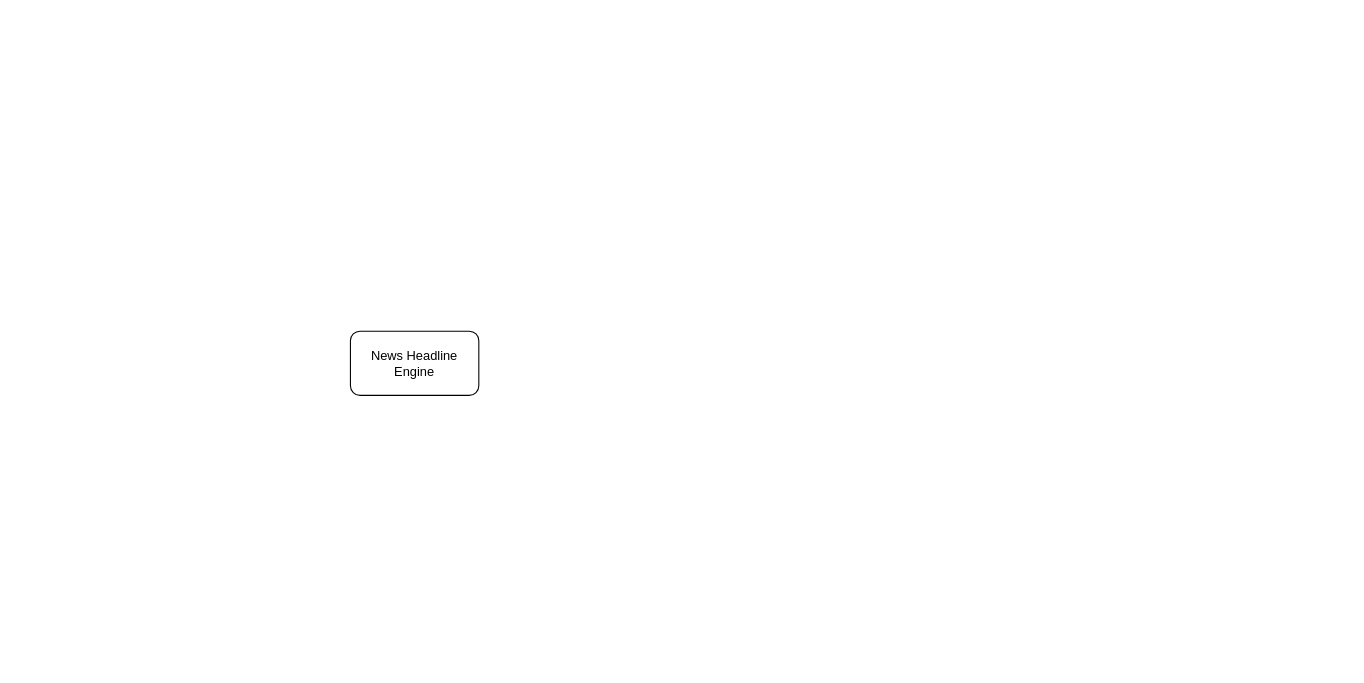
sunildivyam/world-news keeps this draw.io diagram as page "News Headline Engine" (2 of 5) of apps/web/helpers/diagrams/app-architecture.drawio. Above is the earlier version. Source tidied: cells renumbered, new cells numbered last; positions are measured from the earlier drawing's top-left corner, leaving out a move shared by most shapes. Both pictures are drawn from the tidied source at 107%, with x=0, y=0 at pixel (350, 331).
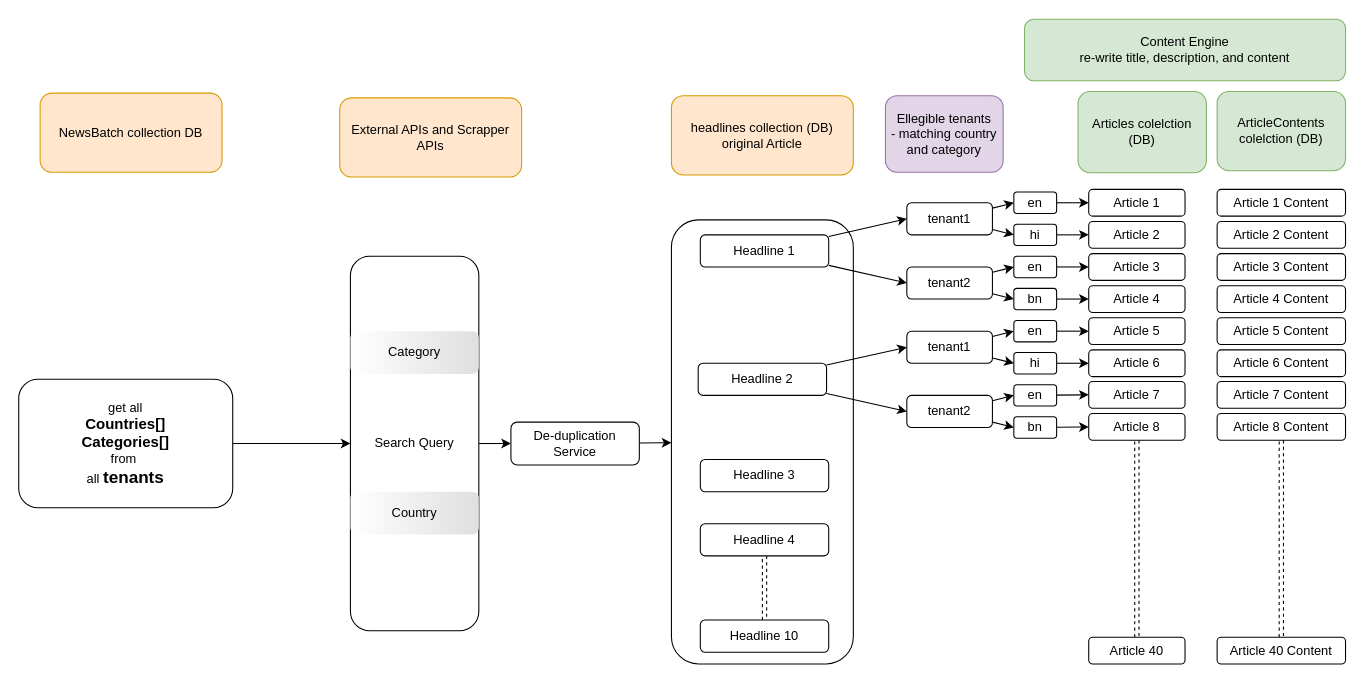
Above is the later version.

Diff of the diagram source:
```diff
@@
+    <mxCell id="3" style="edgeStyle=none;html=1;" parent="1" edge="1" source="4" target="7">
+      <mxGeometry relative="1" as="geometry" />
+    </mxCell>
+    <mxCell id="4" value="Search Query" style="rounded=1;whiteSpace=wrap;html=1;" parent="1" vertex="1">
+      <mxGeometry y="-70" width="120" height="350" as="geometry" />
+    </mxCell>
-    <mxCell id="2" value="News Headline Engine" style="rounded=1;whiteSpace=wrap;html=1;" parent="1" vertex="1">
-      <mxGeometry width="120" height="60" as="geometry" />
+    <mxCell id="2" value="Category" style="rounded=1;whiteSpace=wrap;html=1;strokeColor=none;gradientColor=#DFDFDF;fillColor=default;gradientDirection=east;" parent="1" vertex="1">
+      <mxGeometry width="120" height="40" as="geometry" />
     </mxCell>
+    <mxCell id="5" value="Country" style="rounded=1;whiteSpace=wrap;html=1;strokeColor=none;gradientColor=#DFDFDF;fillColor=default;gradientDirection=east;" parent="1" vertex="1">
+      <mxGeometry y="150" width="120" height="40" as="geometry" />
+    </mxCell>
+    <mxCell id="6" style="edgeStyle=none;html=1;" parent="1" edge="1" source="7" target="9">
+      <mxGeometry relative="1" as="geometry" />
+    </mxCell>
+    <mxCell id="7" value="De-duplication Service" style="whiteSpace=wrap;html=1;rounded=1;" parent="1" vertex="1">
+      <mxGeometry x="150" y="85" width="120" height="40" as="geometry" />
+    </mxCell>
+    <mxCell id="8" style="group;strokeColor=none;rounded=0;fillColor=none;" parent="1" vertex="1">
+      <mxGeometry x="300" y="-104" width="170" height="415" as="geometry" />
+    </mxCell>
+    <mxCell id="9" style="rounded=1;whiteSpace=wrap;html=1;" parent="8" vertex="1">
+      <mxGeometry width="170" height="415" as="geometry" />
+    </mxCell>
+    <mxCell id="10" value="Headline 1" style="whiteSpace=wrap;html=1;rounded=1;" parent="8" vertex="1">
+      <mxGeometry x="27" y="14" width="120" height="30" as="geometry" />
+    </mxCell>
+    <mxCell id="11" value="Headline 2" style="whiteSpace=wrap;html=1;rounded=1;" parent="8" vertex="1">
+      <mxGeometry x="25" y="134" width="120" height="30" as="geometry" />
+    </mxCell>
+    <mxCell id="12" value="Headline 3" style="whiteSpace=wrap;html=1;rounded=1;" parent="8" vertex="1">
+      <mxGeometry x="27" y="224" width="120" height="30" as="geometry" />
+    </mxCell>
+    <mxCell id="13" style="edgeStyle=none;html=1;dashed=1;shape=link;" parent="8" edge="1" source="14" target="15">
+      <mxGeometry relative="1" as="geometry" />
+    </mxCell>
+    <mxCell id="14" value="Headline 4" style="whiteSpace=wrap;html=1;rounded=1;" parent="8" vertex="1">
+      <mxGeometry x="27" y="284" width="120" height="30" as="geometry" />
+    </mxCell>
+    <mxCell id="15" value="Headline 10" style="whiteSpace=wrap;html=1;rounded=1;" parent="8" vertex="1">
+      <mxGeometry x="27" y="374" width="120" height="30" as="geometry" />
+    </mxCell>
+    <mxCell id="16" style="edgeStyle=none;html=1;entryX=0;entryY=0.5;entryDx=0;entryDy=0;" parent="1" edge="1" source="18" target="25">
+      <mxGeometry relative="1" as="geometry" />
+    </mxCell>
+    <mxCell id="17" style="edgeStyle=none;html=1;entryX=0;entryY=0.5;entryDx=0;entryDy=0;" parent="1" edge="1" source="18" target="27">
+      <mxGeometry relative="1" as="geometry" />
+    </mxCell>
+    <mxCell id="18" value="tenant1" style="rounded=1;whiteSpace=wrap;html=1;" parent="1" vertex="1">
+      <mxGeometry x="520" y="-120" width="80" height="30" as="geometry" />
+    </mxCell>
+    <mxCell id="19" style="edgeStyle=none;html=1;entryX=0;entryY=0.5;entryDx=0;entryDy=0;" parent="1" edge="1" source="21" target="29">
+      <mxGeometry relative="1" as="geometry" />
+    </mxCell>
+    <mxCell id="20" style="edgeStyle=none;html=1;entryX=0;entryY=0.5;entryDx=0;entryDy=0;" parent="1" edge="1" source="21" target="31">
+      <mxGeometry relative="1" as="geometry" />
+    </mxCell>
+    <mxCell id="21" value="tenant2" style="rounded=1;whiteSpace=wrap;html=1;" parent="1" vertex="1">
+      <mxGeometry x="520" y="-60" width="80" height="30" as="geometry" />
+    </mxCell>
+    <mxCell id="22" style="edgeStyle=none;html=1;entryX=0;entryY=0.5;entryDx=0;entryDy=0;" parent="1" edge="1" source="10" target="18">
+      <mxGeometry relative="1" as="geometry" />
+    </mxCell>
+    <mxCell id="23" style="edgeStyle=none;html=1;entryX=0;entryY=0.5;entryDx=0;entryDy=0;" parent="1" edge="1" source="10" target="21">
+      <mxGeometry relative="1" as="geometry" />
+    </mxCell>
+    <mxCell id="24" style="edgeStyle=none;html=1;entryX=0;entryY=0.5;entryDx=0;entryDy=0;" parent="1" edge="1" source="25" target="48">
+      <mxGeometry relative="1" as="geometry" />
+    </mxCell>
+    <mxCell id="25" value="en" style="rounded=1;whiteSpace=wrap;html=1;" parent="1" vertex="1">
+      <mxGeometry x="620" y="-130" width="40" height="20" as="geometry" />
+    </mxCell>
+    <mxCell id="26" style="edgeStyle=none;html=1;entryX=0;entryY=0.5;entryDx=0;entryDy=0;" parent="1" edge="1" source="27" target="49">
+      <mxGeometry relative="1" as="geometry" />
+    </mxCell>
+    <mxCell id="27" value="hi" style="rounded=1;whiteSpace=wrap;html=1;" parent="1" vertex="1">
+      <mxGeometry x="620" y="-100" width="40" height="20" as="geometry" />
+    </mxCell>
+    <mxCell id="28" style="edgeStyle=none;html=1;entryX=0;entryY=0.5;entryDx=0;entryDy=0;" parent="1" edge="1" source="29" target="50">
+      <mxGeometry relative="1" as="geometry" />
+    </mxCell>
+    <mxCell id="29" value="en" style="rounded=1;whiteSpace=wrap;html=1;" parent="1" vertex="1">
+      <mxGeometry x="620" y="-70" width="40" height="20" as="geometry" />
+    </mxCell>
+    <mxCell id="30" style="edgeStyle=none;html=1;" parent="1" edge="1" source="31" target="51">
+      <mxGeometry relative="1" as="geometry" />
+    </mxCell>
+    <mxCell id="31" value="bn" style="rounded=1;whiteSpace=wrap;html=1;" parent="1" vertex="1">
+      <mxGeometry x="620" y="-40" width="40" height="20" as="geometry" />
+    </mxCell>
+    <mxCell id="32" style="edgeStyle=none;html=1;entryX=0;entryY=0.5;entryDx=0;entryDy=0;" parent="1" edge="1" source="34" target="39">
+      <mxGeometry relative="1" as="geometry" />
+    </mxCell>
+    <mxCell id="33" style="edgeStyle=none;html=1;entryX=0;entryY=0.5;entryDx=0;entryDy=0;" parent="1" edge="1" source="34" target="41">
+      <mxGeometry relative="1" as="geometry" />
+    </mxCell>
+    <mxCell id="34" value="tenant1" style="rounded=1;whiteSpace=wrap;html=1;" parent="1" vertex="1">
+      <mxGeometry x="520" width="80" height="30" as="geometry" />
+    </mxCell>
+    <mxCell id="35" style="edgeStyle=none;html=1;entryX=0;entryY=0.5;entryDx=0;entryDy=0;" parent="1" edge="1" source="37" target="43">
+      <mxGeometry relative="1" as="geometry" />
+    </mxCell>
+    <mxCell id="36" style="edgeStyle=none;html=1;entryX=0;entryY=0.5;entryDx=0;entryDy=0;" parent="1" edge="1" source="37" target="45">
+      <mxGeometry relative="1" as="geometry" />
+    </mxCell>
+    <mxCell id="37" value="tenant2" style="rounded=1;whiteSpace=wrap;html=1;" parent="1" vertex="1">
+      <mxGeometry x="520" y="60" width="80" height="30" as="geometry" />
+    </mxCell>
+    <mxCell id="38" style="edgeStyle=none;html=1;entryX=0;entryY=0.5;entryDx=0;entryDy=0;" parent="1" edge="1" source="39" target="52">
+      <mxGeometry relative="1" as="geometry" />
+    </mxCell>
+    <mxCell id="39" value="en" style="rounded=1;whiteSpace=wrap;html=1;" parent="1" vertex="1">
+      <mxGeometry x="620" y="-10" width="40" height="20" as="geometry" />
+    </mxCell>
+    <mxCell id="40" style="edgeStyle=none;html=1;entryX=0;entryY=0.5;entryDx=0;entryDy=0;" parent="1" edge="1" source="41" target="53">
+      <mxGeometry relative="1" as="geometry" />
+    </mxCell>
+    <mxCell id="41" value="hi" style="rounded=1;whiteSpace=wrap;html=1;" parent="1" vertex="1">
+      <mxGeometry x="620" y="20" width="40" height="20" as="geometry" />
+    </mxCell>
+    <mxCell id="42" style="edgeStyle=none;html=1;entryX=0;entryY=0.5;entryDx=0;entryDy=0;" parent="1" edge="1" source="43" target="54">
+      <mxGeometry relative="1" as="geometry" />
+    </mxCell>
+    <mxCell id="43" value="en" style="rounded=1;whiteSpace=wrap;html=1;" parent="1" vertex="1">
+      <mxGeometry x="620" y="50" width="40" height="20" as="geometry" />
+    </mxCell>
+    <mxCell id="44" style="edgeStyle=none;html=1;entryX=0;entryY=0.5;entryDx=0;entryDy=0;" parent="1" edge="1" source="45" target="56">
+      <mxGeometry relative="1" as="geometry" />
+    </mxCell>
+    <mxCell id="45" value="bn" style="rounded=1;whiteSpace=wrap;html=1;" parent="1" vertex="1">
+      <mxGeometry x="620" y="80" width="40" height="20" as="geometry" />
+    </mxCell>
+    <mxCell id="46" style="edgeStyle=none;html=1;entryX=0;entryY=0.5;entryDx=0;entryDy=0;" parent="1" edge="1" source="11" target="34">
+      <mxGeometry relative="1" as="geometry" />
+    </mxCell>
+    <mxCell id="47" style="edgeStyle=none;html=1;entryX=0;entryY=0.5;entryDx=0;entryDy=0;" parent="1" edge="1" source="11" target="37">
+      <mxGeometry relative="1" as="geometry" />
+    </mxCell>
+    <mxCell id="48" value="Article 1" style="rounded=1;whiteSpace=wrap;html=1;" parent="1" vertex="1">
+      <mxGeometry x="690" y="-132.5" width="90" height="25" as="geometry" />
+    </mxCell>
+    <mxCell id="49" value="Article 2" style="rounded=1;whiteSpace=wrap;html=1;" parent="1" vertex="1">
+      <mxGeometry x="690" y="-102.5" width="90" height="25" as="geometry" />
+    </mxCell>
+    <mxCell id="50" value="Article 3" style="rounded=1;whiteSpace=wrap;html=1;" parent="1" vertex="1">
+      <mxGeometry x="690" y="-72.5" width="90" height="25" as="geometry" />
+    </mxCell>
+    <mxCell id="51" value="Article 4" style="rounded=1;whiteSpace=wrap;html=1;" parent="1" vertex="1">
+      <mxGeometry x="690" y="-42.5" width="90" height="25" as="geometry" />
+    </mxCell>
+    <mxCell id="52" value="Article 5" style="rounded=1;whiteSpace=wrap;html=1;" parent="1" vertex="1">
+      <mxGeometry x="690" y="-12.5" width="90" height="25" as="geometry" />
+    </mxCell>
+    <mxCell id="53" value="Article 6" style="rounded=1;whiteSpace=wrap;html=1;" parent="1" vertex="1">
+      <mxGeometry x="690" y="17.5" width="90" height="25" as="geometry" />
+    </mxCell>
+    <mxCell id="54" value="Article 7" style="rounded=1;whiteSpace=wrap;html=1;" parent="1" vertex="1">
+      <mxGeometry x="690" y="47" width="90" height="25" as="geometry" />
+    </mxCell>
+    <mxCell id="55" style="edgeStyle=none;html=1;entryX=0.5;entryY=0;entryDx=0;entryDy=0;shape=link;dashed=1;" parent="1" edge="1" source="56" target="57">
+      <mxGeometry relative="1" as="geometry" />
+    </mxCell>
+    <mxCell id="56" value="Article 8" style="rounded=1;whiteSpace=wrap;html=1;" parent="1" vertex="1">
+      <mxGeometry x="690" y="77" width="90" height="25" as="geometry" />
+    </mxCell>
+    <mxCell id="57" value="Article 40" style="rounded=1;whiteSpace=wrap;html=1;" parent="1" vertex="1">
+      <mxGeometry x="690" y="286" width="90" height="25" as="geometry" />
+    </mxCell>
+    <mxCell id="58" value="headlines collection (DB)&lt;div&gt;original Article&lt;/div&gt;" style="rounded=1;whiteSpace=wrap;html=1;fillColor=#ffe6cc;strokeColor=#d79b00;" parent="1" vertex="1">
+      <mxGeometry x="300" y="-220" width="170" height="74" as="geometry" />
+    </mxCell>
+    <mxCell id="59" value="Ellegible tenants&lt;div&gt;- matching country and category&lt;/div&gt;" style="rounded=1;whiteSpace=wrap;html=1;fillColor=#e1d5e7;strokeColor=#9673a6;" parent="1" vertex="1">
+      <mxGeometry x="500" y="-220" width="110" height="71.5" as="geometry" />
+    </mxCell>
+    <mxCell id="60" value="Content Engine&lt;div&gt;re-write title, description, and content&lt;/div&gt;" style="rounded=1;whiteSpace=wrap;html=1;fillColor=#d5e8d4;strokeColor=#82b366;" parent="1" vertex="1">
+      <mxGeometry x="630" y="-291.5" width="300" height="57.5" as="geometry" />
+    </mxCell>
+    <mxCell id="61" style="edgeStyle=none;html=1;entryX=0;entryY=0.5;entryDx=0;entryDy=0;" parent="1" edge="1" source="62" target="4">
+      <mxGeometry relative="1" as="geometry" />
+    </mxCell>
+    <mxCell id="62" value="&lt;div&gt;get all&lt;/div&gt;&lt;b&gt;&lt;font style=&quot;font-size: 14px;&quot;&gt;Countries[]&lt;/font&gt;&lt;/b&gt;&lt;div&gt;&lt;b&gt;&lt;font style=&quot;font-size: 14px;&quot;&gt;Categories[]&lt;/font&gt;&lt;/b&gt;&lt;/div&gt;&lt;div&gt;from&amp;nbsp;&lt;/div&gt;&lt;div&gt;all &lt;b&gt;&lt;font size=&quot;3&quot;&gt;tenants&lt;/font&gt;&lt;/b&gt;&lt;/div&gt;" style="rounded=1;whiteSpace=wrap;html=1;" parent="1" vertex="1">
+      <mxGeometry x="-310" y="45" width="200" height="120" as="geometry" />
+    </mxCell>
+    <mxCell id="63" value="Article 1 Content" style="rounded=1;whiteSpace=wrap;html=1;" parent="1" vertex="1">
+      <mxGeometry x="810" y="-132.5" width="120" height="25" as="geometry" />
+    </mxCell>
+    <mxCell id="64" value="Article 2&lt;span style=&quot;color: rgb(0, 0, 0);&quot;&gt;&amp;nbsp;Content&lt;/span&gt;" style="rounded=1;whiteSpace=wrap;html=1;" parent="1" vertex="1">
+      <mxGeometry x="810" y="-102.5" width="120" height="25" as="geometry" />
+    </mxCell>
+    <mxCell id="65" value="Article 3&lt;span style=&quot;color: rgb(0, 0, 0);&quot;&gt;&amp;nbsp;Content&lt;/span&gt;" style="rounded=1;whiteSpace=wrap;html=1;" parent="1" vertex="1">
+      <mxGeometry x="810" y="-72.5" width="120" height="25" as="geometry" />
+    </mxCell>
+    <mxCell id="66" value="Article 4&lt;span style=&quot;color: rgb(0, 0, 0);&quot;&gt;&amp;nbsp;Content&lt;/span&gt;" style="rounded=1;whiteSpace=wrap;html=1;" parent="1" vertex="1">
+      <mxGeometry x="810" y="-42.5" width="120" height="25" as="geometry" />
+    </mxCell>
+    <mxCell id="67" value="Article 5&lt;span style=&quot;color: rgb(0, 0, 0);&quot;&gt;&amp;nbsp;Content&lt;/span&gt;" style="rounded=1;whiteSpace=wrap;html=1;" parent="1" vertex="1">
+      <mxGeometry x="810" y="-12.5" width="120" height="25" as="geometry" />
+    </mxCell>
+    <mxCell id="68" value="Article 6&lt;span style=&quot;color: rgb(0, 0, 0);&quot;&gt;&amp;nbsp;Content&lt;/span&gt;" style="rounded=1;whiteSpace=wrap;html=1;" parent="1" vertex="1">
+      <mxGeometry x="810" y="17.5" width="120" height="25" as="geometry" />
+    </mxCell>
+    <mxCell id="69" value="Article 7&lt;span style=&quot;color: rgb(0, 0, 0);&quot;&gt;&amp;nbsp;Content&lt;/span&gt;" style="rounded=1;whiteSpace=wrap;html=1;" parent="1" vertex="1">
+      <mxGeometry x="810" y="47" width="120" height="25" as="geometry" />
+    </mxCell>
+    <mxCell id="70" style="edgeStyle=none;html=1;entryX=0.5;entryY=0;entryDx=0;entryDy=0;shape=link;dashed=1;" parent="1" edge="1" source="71" target="72">
+      <mxGeometry relative="1" as="geometry" />
+    </mxCell>
+    <mxCell id="71" value="Article 8&lt;span style=&quot;color: rgb(0, 0, 0);&quot;&gt;&amp;nbsp;Content&lt;/span&gt;" style="rounded=1;whiteSpace=wrap;html=1;" parent="1" vertex="1">
+      <mxGeometry x="810" y="77" width="120" height="25" as="geometry" />
+    </mxCell>
+    <mxCell id="72" value="Article 40&lt;span style=&quot;color: rgb(0, 0, 0);&quot;&gt;&amp;nbsp;Content&lt;/span&gt;" style="rounded=1;whiteSpace=wrap;html=1;" parent="1" vertex="1">
+      <mxGeometry x="810" y="286" width="120" height="25" as="geometry" />
+    </mxCell>
+    <mxCell id="73" value="Articles colelction (DB)" style="rounded=1;whiteSpace=wrap;html=1;fillColor=#d5e8d4;strokeColor=#82b366;" parent="1" vertex="1">
+      <mxGeometry x="680" y="-224" width="120" height="76" as="geometry" />
+    </mxCell>
+    <mxCell id="74" value="ArticleContents colelction (DB)" style="rounded=1;whiteSpace=wrap;html=1;fillColor=#d5e8d4;strokeColor=#82b366;" parent="1" vertex="1">
+      <mxGeometry x="810" y="-224" width="120" height="74" as="geometry" />
+    </mxCell>
+    <mxCell id="75" value="External APIs and Scrapper APIs" style="rounded=1;whiteSpace=wrap;html=1;fillColor=#ffe6cc;strokeColor=#d79b00;" parent="1" vertex="1">
+      <mxGeometry x="-10" y="-218" width="170" height="74" as="geometry" />
+    </mxCell>
+    <mxCell id="76" value="NewsBatch collection DB" style="rounded=1;whiteSpace=wrap;html=1;fillColor=#ffe6cc;strokeColor=#d79b00;" parent="1" vertex="1">
+      <mxGeometry x="-290" y="-222.5" width="170" height="74" as="geometry" />
+    </mxCell>
```
